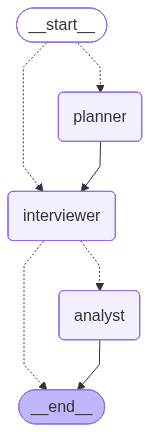
Earlier version of the Mermaid export src/visualization/workflow_graph.png (BogdanPurdea/AI_Interviewer). Its source is kept beside it as src/visualization/workflow_graph.mmd. Source of this version:
```mermaid
---
config:
  flowchart:
    curve: linear
---
graph TD;
	__start__([<p>__start__</p>]):::first
	planner(planner)
	interviewer(interviewer)
	analyst(analyst)
	__end__([<p>__end__</p>]):::last
	__start__ -.-> interviewer;
	__start__ -.-> planner;
	interviewer -.-> __end__;
	interviewer -.-> analyst;
	planner --> interviewer;
	analyst --> __end__;
	classDef default fill:#f2f0ff,line-height:1.2
	classDef first fill-opacity:0
	classDef last fill:#bfb6fc
```
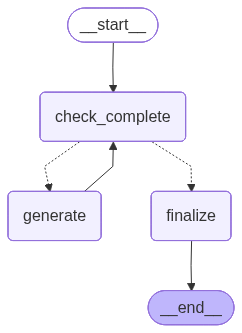
Later version of the same file.

What changed in the source:
```diff
@@ -5,16 +5,15 @@
 ---
 graph TD;
 	__start__([<p>__start__</p>]):::first
-	planner(planner)
-	interviewer(interviewer)
-	analyst(analyst)
+	check_complete(check_complete)
+	generate(generate)
+	finalize(finalize)
 	__end__([<p>__end__</p>]):::last
-	__start__ -.-> interviewer;
-	__start__ -.-> planner;
-	interviewer -.-> __end__;
-	interviewer -.-> analyst;
-	planner --> interviewer;
-	analyst --> __end__;
+	__start__ --> check_complete;
+	check_complete -.-> finalize;
+	check_complete -.-> generate;
+	generate --> check_complete;
+	finalize --> __end__;
 	classDef default fill:#f2f0ff,line-height:1.2
 	classDef first fill-opacity:0
 	classDef last fill:#bfb6fc
```
